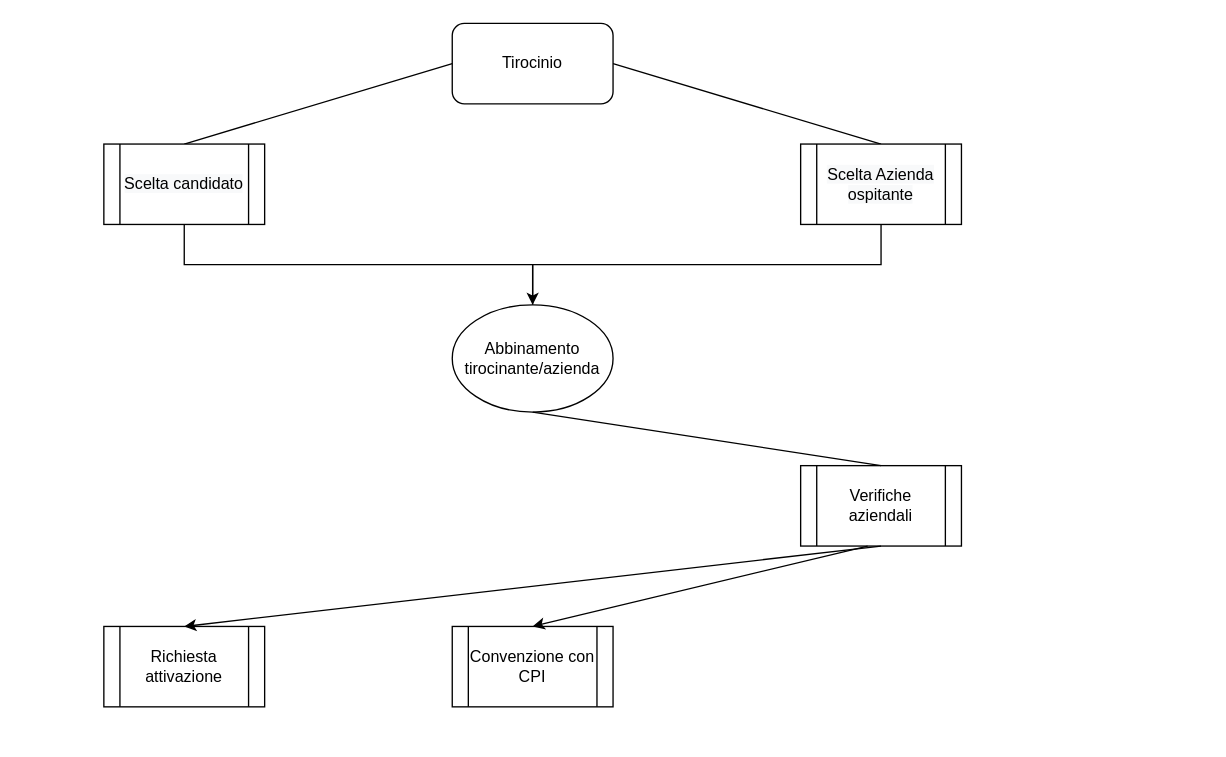
Earlier version of the draw.io diagram Tirocini extracurricolari.drawio (LorenzoStra/hello-world). Source tidied: cells renumbered, new cells numbered last; positions are measured from the earlier drawing's top-left corner, leaving out a move shared by most shapes. Both pictures are drawn from the tidied source at 134%, with x=0, y=0 at pixel (103, 23).
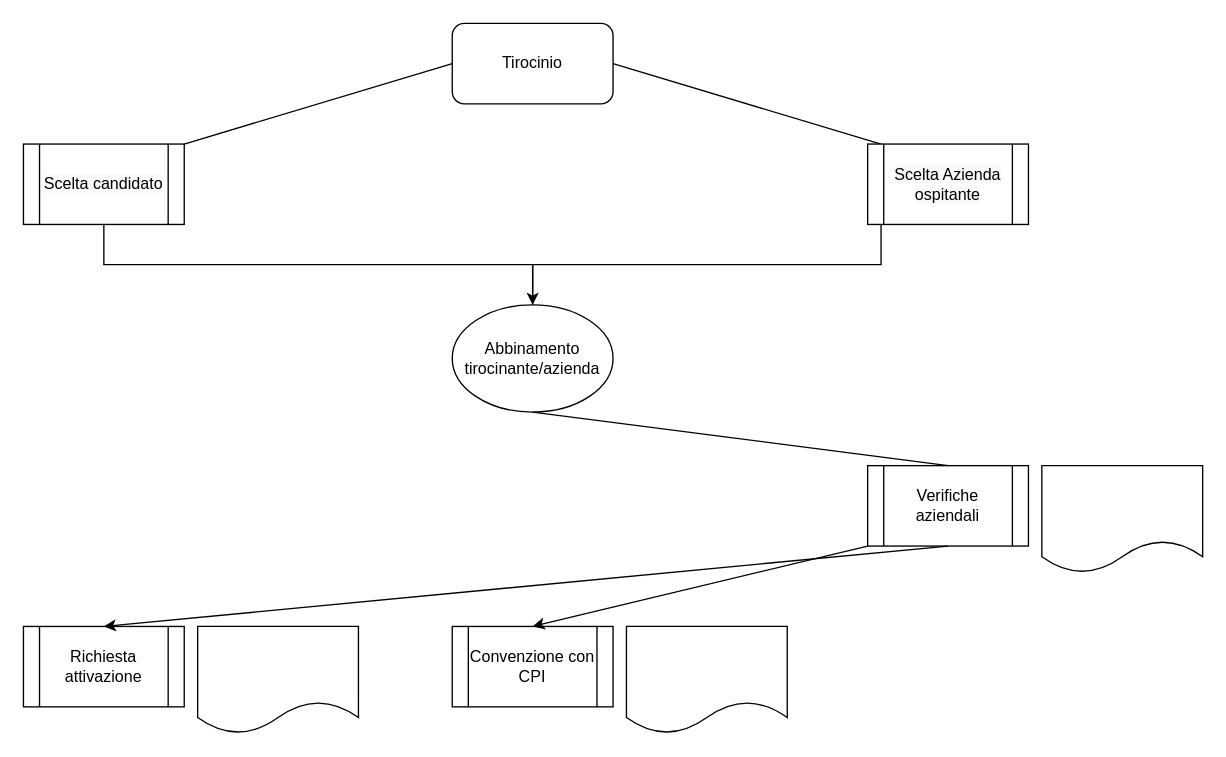
The same page after the edit.

The edit, as a diff of the source:
```diff
@@
     <mxCell id="6" value="&#10;&#10;&lt;span style=&quot;color: rgb(0, 0, 0); font-family: helvetica; font-size: 12px; font-style: normal; font-weight: 400; letter-spacing: normal; text-align: center; text-indent: 0px; text-transform: none; word-spacing: 0px; background-color: rgb(248, 249, 250); display: inline; float: none;&quot;&gt;Scelta candidato&lt;/span&gt;&#10;&#10;" style="shape=process;whiteSpace=wrap;html=1;backgroundOutline=1;" parent="1" vertex="1">
-      <mxGeometry y="90" width="120" height="60" as="geometry" />
+      <mxGeometry x="-60" y="90" width="120" height="60" as="geometry" />
     </mxCell>
@@
     <mxCell id="8" value="&#10;&#10;&lt;span style=&quot;color: rgb(0, 0, 0); font-family: helvetica; font-size: 12px; font-style: normal; font-weight: 400; letter-spacing: normal; text-align: center; text-indent: 0px; text-transform: none; word-spacing: 0px; background-color: rgb(248, 249, 250); display: inline; float: none;&quot;&gt;Scelta Azienda ospitante&lt;/span&gt;&#10;&#10;" style="shape=process;whiteSpace=wrap;html=1;backgroundOutline=1;" parent="1" vertex="1">
-      <mxGeometry x="520" y="90" width="120" height="60" as="geometry" />
+      <mxGeometry x="570" y="90" width="120" height="60" as="geometry" />
     </mxCell>
@@
     <mxCell id="11" value="Richiesta attivazione" style="shape=process;whiteSpace=wrap;html=1;backgroundOutline=1;" parent="1" vertex="1">
-      <mxGeometry y="450" width="120" height="60" as="geometry" />
+      <mxGeometry x="-60" y="450" width="120" height="60" as="geometry" />
     </mxCell>
     <mxCell id="12" value="Verifiche aziendali" style="shape=process;whiteSpace=wrap;html=1;backgroundOutline=1;" parent="1" vertex="1">
-      <mxGeometry x="520" y="330" width="120" height="60" as="geometry" />
+      <mxGeometry x="570" y="330" width="120" height="60" as="geometry" />
     </mxCell>
@@
+    <mxCell id="16" style="shape=document;whiteSpace=wrap;html=1;boundedLbl=1;" parent="1" vertex="1">
+      <mxGeometry x="70" y="450" width="120" height="80" as="geometry" />
+    </mxCell>
+    <mxCell id="17" style="shape=document;whiteSpace=wrap;html=1;boundedLbl=1;" parent="1" vertex="1">
+      <mxGeometry x="390" y="450" width="120" height="80" as="geometry" />
+    </mxCell>
+    <mxCell id="18" style="shape=document;whiteSpace=wrap;html=1;boundedLbl=1;" parent="1" vertex="1">
+      <mxGeometry x="700" y="330" width="120" height="80" as="geometry" />
+    </mxCell>
```
